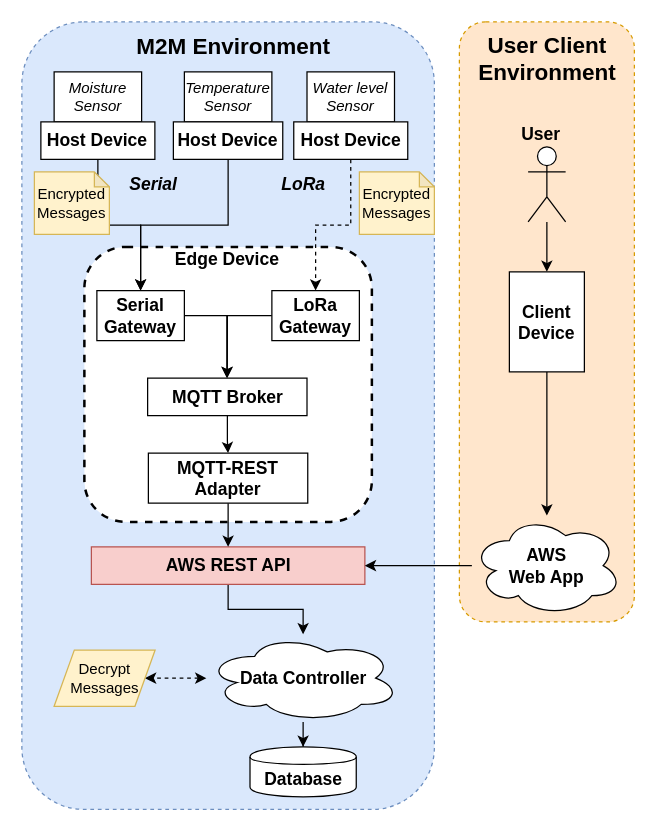
JeremyVun1/Group-7-Smart-Farm keeps this draw.io diagram as docs/architecture_diagram.drawio. Above is the earlier version. Source tidied: cells renumbered, new cells numbered last; positions are measured from the earlier drawing's top-left corner, leaving out a move shared by most shapes. Both pictures are drawn from the tidied source at 125%, with x=0, y=0 at pixel (21, 21).
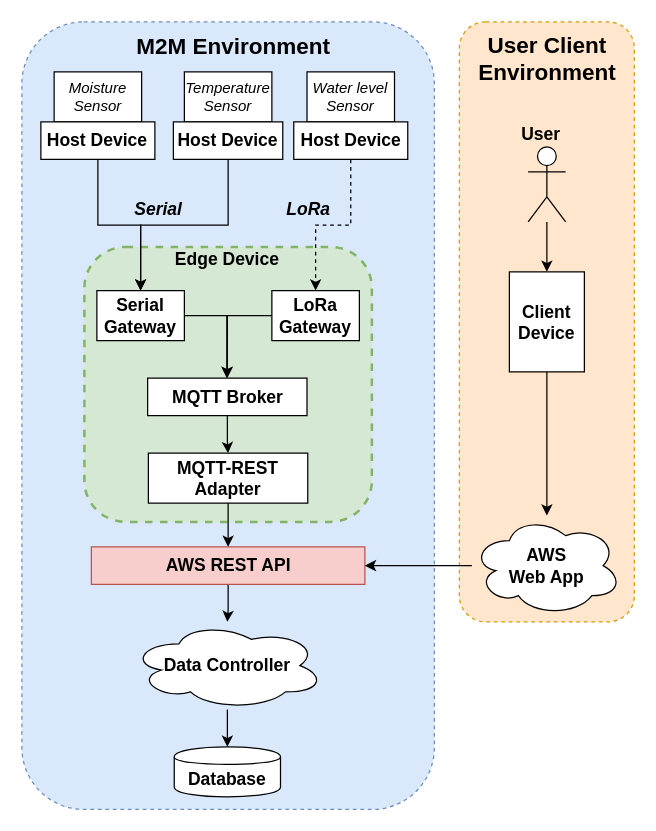
Above is the later version.

Diff of the diagram source:
```diff
@@
-    <mxCell id="3" style="rounded=1;whiteSpace=wrap;html=1;dashed=1;strokeWidth=2;" parent="1" vertex="1">
+    <mxCell id="3" style="rounded=1;whiteSpace=wrap;html=1;dashed=1;strokeWidth=2;fillColor=#d5e8d4;strokeColor=#82b366;" parent="1" vertex="1">
       <mxGeometry x="50" y="180" width="230" height="220" as="geometry" />
     </mxCell>
@@
-    <mxCell id="19" style="edgeStyle=orthogonalEdgeStyle;rounded=0;jettySize=auto;html=1;entryX=1;entryY=0.5;entryDx=0;entryDy=0;dashed=1;startArrow=classic;startFill=1;" parent="1" edge="1" source="21" target="31">
-      <mxGeometry relative="1" as="geometry" />
-    </mxCell>
@@
     <mxCell id="21" value="&lt;font style=&quot;font-size: 14px&quot;&gt;&lt;b&gt;Data Controller&lt;/b&gt;&lt;/font&gt;" style="ellipse;shape=cloud;whiteSpace=wrap;html=1;" parent="1" vertex="1">
-      <mxGeometry x="147.6" y="490" width="154.8" height="70" as="geometry" />
+      <mxGeometry x="87" y="480" width="154.8" height="70" as="geometry" />
     </mxCell>
@@
-    <mxCell id="30" value="Encrypted Messages" style="shape=note;whiteSpace=wrap;html=1;backgroundOutline=1;darkOpacity=0.05;strokeColor=#d6b656;size=12;fillColor=#fff2cc;" parent="1" vertex="1">
-      <mxGeometry x="10" y="120" width="60" height="50" as="geometry" />
-    </mxCell>
-    <mxCell id="31" value="Decrypt&lt;br&gt;Messages" style="shape=parallelogram;perimeter=parallelogramPerimeter;whiteSpace=wrap;html=1;strokeColor=#d6b656;fillColor=#fff2cc;" parent="1" vertex="1">
-      <mxGeometry x="25.8" y="502.5" width="80.8" height="45" as="geometry" />
-    </mxCell>
@@
     <mxCell id="34" value="&lt;font style=&quot;font-size: 14px&quot;&gt;&lt;b&gt;Database&lt;/b&gt;&lt;/font&gt;" style="shape=cylinder;whiteSpace=wrap;html=1;boundedLbl=1;backgroundOutline=1;" parent="1" vertex="1">
-      <mxGeometry x="182.5" y="580" width="85" height="40" as="geometry" />
+      <mxGeometry x="121.9" y="580" width="85" height="40" as="geometry" />
     </mxCell>
@@
     <mxCell id="37" value="&lt;b&gt;&lt;i&gt;&lt;font style=&quot;font-size: 14px&quot;&gt;Serial&lt;/font&gt;&lt;/i&gt;&lt;/b&gt;" style="text;html=1;align=center;verticalAlign=middle;" parent="1" vertex="1">
-      <mxGeometry x="80" y="120" width="50" height="20" as="geometry" />
+      <mxGeometry x="84.4" y="140" width="50" height="20" as="geometry" />
     </mxCell>
-    <mxCell id="38" value="Encrypted Messages" style="shape=note;whiteSpace=wrap;html=1;backgroundOutline=1;darkOpacity=0.05;strokeColor=#d6b656;size=12;fillColor=#fff2cc;" parent="1" vertex="1">
-      <mxGeometry x="270" y="120" width="60" height="50" as="geometry" />
-    </mxCell>
     <mxCell id="39" value="&lt;b&gt;&lt;i&gt;&lt;font style=&quot;font-size: 14px&quot;&gt;LoRa&lt;/font&gt;&lt;/i&gt;&lt;/b&gt;" style="text;html=1;align=center;verticalAlign=middle;" parent="1" vertex="1">
-      <mxGeometry x="200" y="120" width="50" height="20" as="geometry" />
+      <mxGeometry x="204.4" y="140" width="50" height="20" as="geometry" />
     </mxCell>
```
